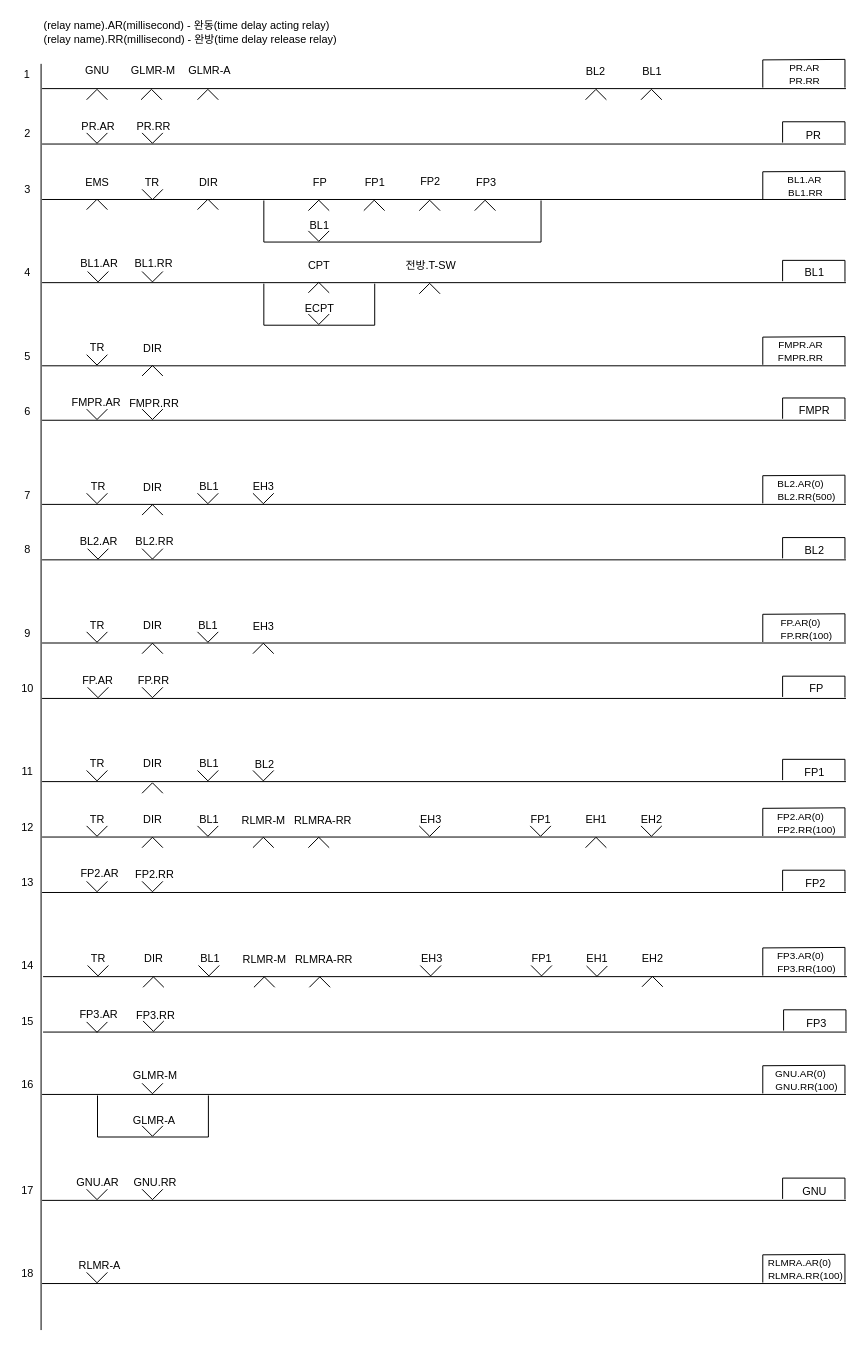
chillin2/MyDraw.io keeps this draw.io diagram as page "2신호제어로직(최종)" (1 of 5) of Signal/2Display-Signal-Control-Logic.drawio. Above is the earlier version. Source tidied: cells renumbered, new cells numbered last; positions are measured from the earlier drawing's top-left corner, leaving out a move shared by most shapes. Both pictures are drawn from the tidied source at 99%, with x=0, y=0 at pixel (17, 17).
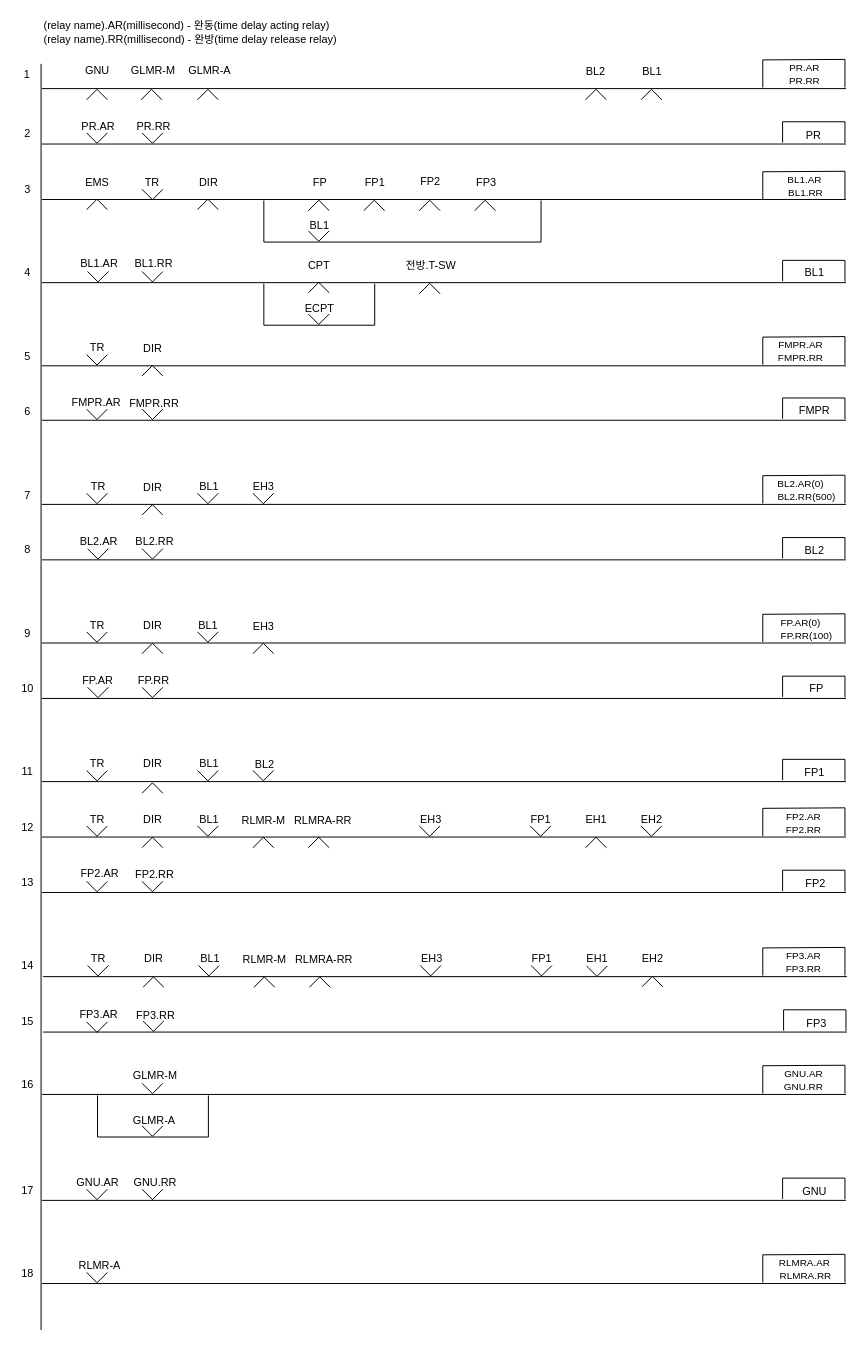
Above is the later version.

Diff of the diagram source:
```diff
@@
-    <mxCell id="210" value="&lt;font style=&quot;font-size: 10px;&quot;&gt;FP2.AR(0)&lt;/font&gt;" style="text;html=1;strokeColor=none;fillColor=none;align=center;verticalAlign=middle;whiteSpace=wrap;rounded=0;fontFamily=Helvetica;fontSize=11;fontColor=default;" parent="1" vertex="1">
-      <mxGeometry x="768" y="801" width="47" height="12" as="geometry" />
+    <mxCell id="210" value="&lt;font style=&quot;font-size: 10px;&quot;&gt;FP2.AR&lt;/font&gt;" style="text;html=1;strokeColor=none;fillColor=none;align=center;verticalAlign=middle;whiteSpace=wrap;rounded=0;fontFamily=Helvetica;fontSize=11;fontColor=default;" parent="1" vertex="1">
+      <mxGeometry x="771" y="801" width="47" height="12" as="geometry" />
     </mxCell>
@@
-    <mxCell id="212" value="&lt;font style=&quot;font-size: 10px;&quot;&gt;FP2.RR(100)&lt;/font&gt;" style="text;html=1;strokeColor=none;fillColor=none;align=center;verticalAlign=middle;whiteSpace=wrap;rounded=0;fontFamily=Helvetica;fontSize=11;fontColor=default;" parent="1" vertex="1">
-      <mxGeometry x="774" y="814" width="47" height="12" as="geometry" />
+    <mxCell id="212" value="&lt;font style=&quot;font-size: 10px;&quot;&gt;FP2.RR&lt;/font&gt;" style="text;html=1;strokeColor=none;fillColor=none;align=center;verticalAlign=middle;whiteSpace=wrap;rounded=0;fontFamily=Helvetica;fontSize=11;fontColor=default;" parent="1" vertex="1">
+      <mxGeometry x="771" y="814" width="47" height="12" as="geometry" />
     </mxCell>
-    <mxCell id="213" value="&lt;font style=&quot;font-size: 10px;&quot;&gt;FP3.AR(0)&lt;/font&gt;" style="text;html=1;strokeColor=none;fillColor=none;align=center;verticalAlign=middle;whiteSpace=wrap;rounded=0;fontFamily=Helvetica;fontSize=11;fontColor=default;" parent="1" vertex="1">
-      <mxGeometry x="768" y="942" width="47" height="12" as="geometry" />
+    <mxCell id="213" value="&lt;font style=&quot;font-size: 10px;&quot;&gt;FP3.AR&lt;/font&gt;" style="text;html=1;strokeColor=none;fillColor=none;align=center;verticalAlign=middle;whiteSpace=wrap;rounded=0;fontFamily=Helvetica;fontSize=11;fontColor=default;" parent="1" vertex="1">
+      <mxGeometry x="771" y="942" width="47" height="12" as="geometry" />
     </mxCell>
@@
-    <mxCell id="215" value="&lt;font style=&quot;font-size: 10px;&quot;&gt;FP3.RR(100)&lt;/font&gt;" style="text;html=1;strokeColor=none;fillColor=none;align=center;verticalAlign=middle;whiteSpace=wrap;rounded=0;fontFamily=Helvetica;fontSize=11;fontColor=default;" parent="1" vertex="1">
-      <mxGeometry x="774" y="955" width="47" height="12" as="geometry" />
+    <mxCell id="215" value="&lt;font style=&quot;font-size: 10px;&quot;&gt;FP3.RR&lt;/font&gt;" style="text;html=1;strokeColor=none;fillColor=none;align=center;verticalAlign=middle;whiteSpace=wrap;rounded=0;fontFamily=Helvetica;fontSize=11;fontColor=default;" parent="1" vertex="1">
+      <mxGeometry x="771" y="955" width="47" height="12" as="geometry" />
     </mxCell>
-    <mxCell id="216" value="&lt;font style=&quot;font-size: 10px;&quot;&gt;GNU.AR(0)&lt;/font&gt;" style="text;html=1;strokeColor=none;fillColor=none;align=center;verticalAlign=middle;whiteSpace=wrap;rounded=0;fontFamily=Helvetica;fontSize=11;fontColor=default;" parent="1" vertex="1">
-      <mxGeometry x="768" y="1061" width="47" height="12" as="geometry" />
+    <mxCell id="216" value="&lt;font style=&quot;font-size: 10px;&quot;&gt;GNU.AR&lt;/font&gt;" style="text;html=1;strokeColor=none;fillColor=none;align=center;verticalAlign=middle;whiteSpace=wrap;rounded=0;fontFamily=Helvetica;fontSize=11;fontColor=default;" parent="1" vertex="1">
+      <mxGeometry x="771" y="1061" width="47" height="12" as="geometry" />
     </mxCell>
@@
-    <mxCell id="218" value="&lt;font style=&quot;font-size: 10px;&quot;&gt;GNU.RR(100)&lt;/font&gt;" style="text;html=1;strokeColor=none;fillColor=none;align=center;verticalAlign=middle;whiteSpace=wrap;rounded=0;fontFamily=Helvetica;fontSize=11;fontColor=default;" parent="1" vertex="1">
-      <mxGeometry x="774" y="1074" width="47" height="12" as="geometry" />
+    <mxCell id="218" value="&lt;font style=&quot;font-size: 10px;&quot;&gt;GNU.RR&lt;/font&gt;" style="text;html=1;strokeColor=none;fillColor=none;align=center;verticalAlign=middle;whiteSpace=wrap;rounded=0;fontFamily=Helvetica;fontSize=11;fontColor=default;" parent="1" vertex="1">
+      <mxGeometry x="771" y="1074" width="47" height="12" as="geometry" />
     </mxCell>
-    <mxCell id="219" value="&lt;font style=&quot;font-size: 10px;&quot;&gt;RLMRA.AR(0)&lt;/font&gt;" style="text;html=1;strokeColor=none;fillColor=none;align=center;verticalAlign=middle;whiteSpace=wrap;rounded=0;fontFamily=Helvetica;fontSize=11;fontColor=default;" parent="1" vertex="1">
-      <mxGeometry x="767" y="1252" width="47" height="12" as="geometry" />
+    <mxCell id="219" value="&lt;font style=&quot;font-size: 10px;&quot;&gt;RLMRA.AR&lt;/font&gt;" style="text;html=1;strokeColor=none;fillColor=none;align=center;verticalAlign=middle;whiteSpace=wrap;rounded=0;fontFamily=Helvetica;fontSize=11;fontColor=default;" parent="1" vertex="1">
+      <mxGeometry x="772" y="1252" width="47" height="12" as="geometry" />
     </mxCell>
@@
-    <mxCell id="221" value="&lt;font style=&quot;font-size: 10px;&quot;&gt;RLMRA.RR(100)&lt;/font&gt;" style="text;html=1;strokeColor=none;fillColor=none;align=center;verticalAlign=middle;whiteSpace=wrap;rounded=0;fontFamily=Helvetica;fontSize=11;fontColor=default;" parent="1" vertex="1">
+    <mxCell id="221" value="&lt;font style=&quot;font-size: 10px;&quot;&gt;RLMRA.RR&lt;/font&gt;" style="text;html=1;strokeColor=none;fillColor=none;align=center;verticalAlign=middle;whiteSpace=wrap;rounded=0;fontFamily=Helvetica;fontSize=11;fontColor=default;" parent="1" vertex="1">
       <mxGeometry x="773" y="1265" width="47" height="12" as="geometry" />
     </mxCell>
```
